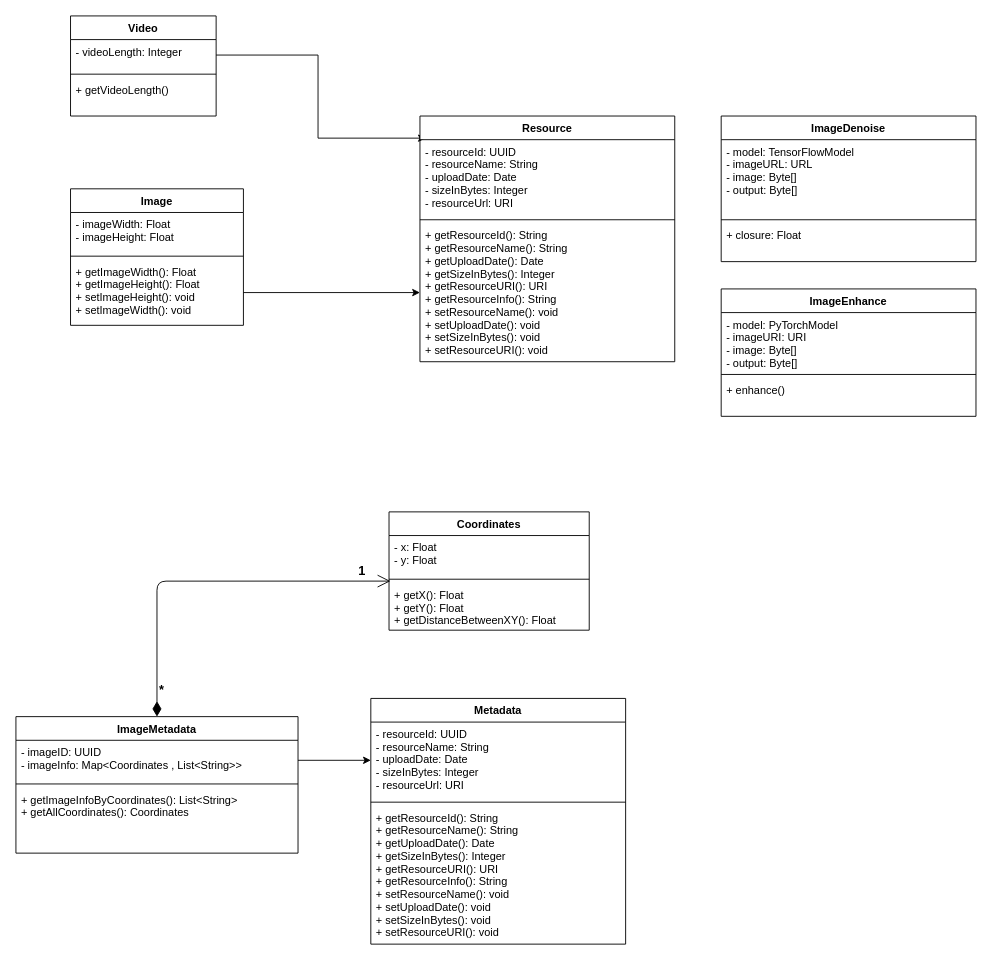
Above: Models/drawing/ClassDiagram.drawio in MrMoon/Vision (draw.io), before the change. Source tidied: cells renumbered, new cells numbered last; positions are measured from the earlier drawing's top-left corner, leaving out a move shared by most shapes. Both pictures are drawn from the tidied source at 91%, with x=0, y=0 at pixel (15, 15).
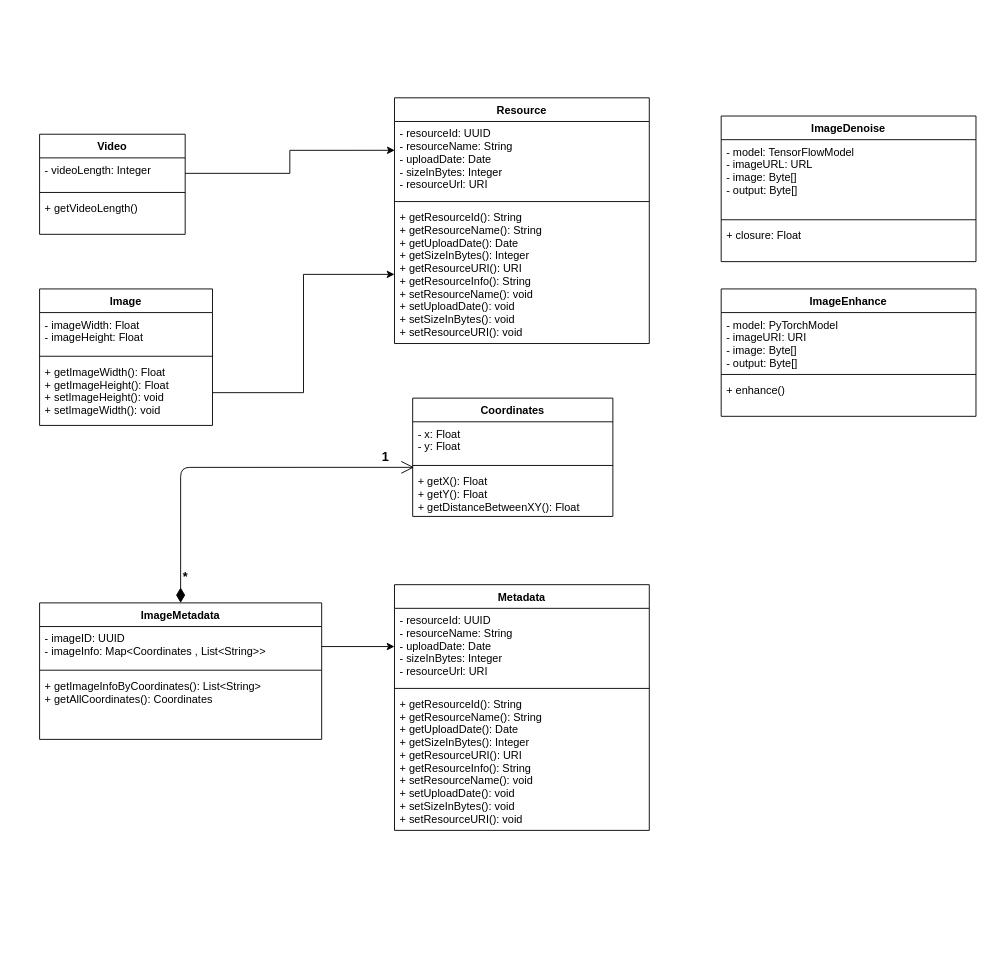
After the change.

Commit message:
organize diagram

The change refers to these unchanged cells:
```xml
<mxCell id="9" value="- videoLength: Integer&#10;" style="text;strokeColor=none;fillColor=none;align=left;verticalAlign=top;spacingLeft=4;spacingRight=4;overflow=hidden;points=[[0,0.5],[1,0.5]];portConstraint=eastwest;" parent="8" vertex="1">
  <mxGeometry y="26" width="160" height="34" as="geometry" />
</mxCell>
<mxCell id="13" value="- resourceId: UUID&#10;- resourceName: String&#10;- uploadDate: Date&#10;- sizeInBytes: Integer&#10;- resourceUrl: URI" style="text;strokeColor=none;fillColor=none;align=left;verticalAlign=top;spacingLeft=4;spacingRight=4;overflow=hidden;points=[[0,0.5],[1,0.5]];portConstraint=eastwest;" parent="12" vertex="1">
  <mxGeometry y="26" width="280" height="84" as="geometry" />
</mxCell>
```

The edit, as a diff of the source:
```diff
@@
     <mxCell id="3" value="Image" style="swimlane;fontStyle=1;align=center;verticalAlign=top;horizontal=1;startSize=26;" parent="1" vertex="1">
-      <mxGeometry x="60" y="190" width="190" height="150" as="geometry" />
+      <mxGeometry x="26" y="300" width="190" height="150" as="geometry" />
     </mxCell>
@@
-    <mxCell id="7" style="edgeStyle=orthogonalEdgeStyle;rounded=0;jettySize=auto;html=1;entryX=0.023;entryY=-0.02;entryDx=0;entryDy=0;entryPerimeter=0;exitX=1;exitY=0.5;exitDx=0;exitDy=0;" parent="1" edge="1" source="9" target="13">
+    <mxCell id="7" style="edgeStyle=orthogonalEdgeStyle;rounded=0;jettySize=auto;html=1;entryX=0.001;entryY=0.377;entryDx=0;entryDy=0;entryPerimeter=0;exitX=1;exitY=0.5;exitDx=0;exitDy=0;" parent="1" edge="1" source="9" target="13">
       <mxGeometry relative="1" as="geometry" />
     </mxCell>
     <mxCell id="8" value="Video" style="swimlane;fontStyle=1;align=center;verticalAlign=top;horizontal=1;startSize=26;" parent="1" vertex="1">
-      <mxGeometry x="60" width="160" height="110" as="geometry" />
+      <mxGeometry x="26" y="130" width="160" height="110" as="geometry" />
     </mxCell>
@@
     <mxCell id="12" value="Resource" style="swimlane;fontStyle=1;align=center;verticalAlign=top;horizontal=1;startSize=26;" parent="1" vertex="1">
-      <mxGeometry x="444" y="110" width="280" height="270" as="geometry" />
+      <mxGeometry x="416" y="90" width="280" height="270" as="geometry" />
     </mxCell>
@@
     <mxCell id="17" value="ImageMetadata" style="swimlane;fontStyle=1;align=center;verticalAlign=top;horizontal=1;startSize=26;" parent="1" vertex="1">
-      <mxGeometry y="770" width="310" height="150" as="geometry" />
+      <mxGeometry x="26" y="645" width="310" height="150" as="geometry" />
     </mxCell>
@@
     <mxCell id="21" value="Metadata" style="swimlane;fontStyle=1;align=center;verticalAlign=top;horizontal=1;startSize=26;" parent="1" vertex="1">
-      <mxGeometry x="390" y="750" width="280" height="270" as="geometry" />
+      <mxGeometry x="416" y="625" width="280" height="270" as="geometry" />
     </mxCell>
@@
     <mxCell id="25" value="Coordinates" style="swimlane;fontStyle=1;align=center;verticalAlign=top;horizontal=1;startSize=26;" parent="1" vertex="1">
-      <mxGeometry x="410" y="545" width="220" height="130" as="geometry" />
+      <mxGeometry x="436" y="420" width="220" height="130" as="geometry" />
     </mxCell>
```
